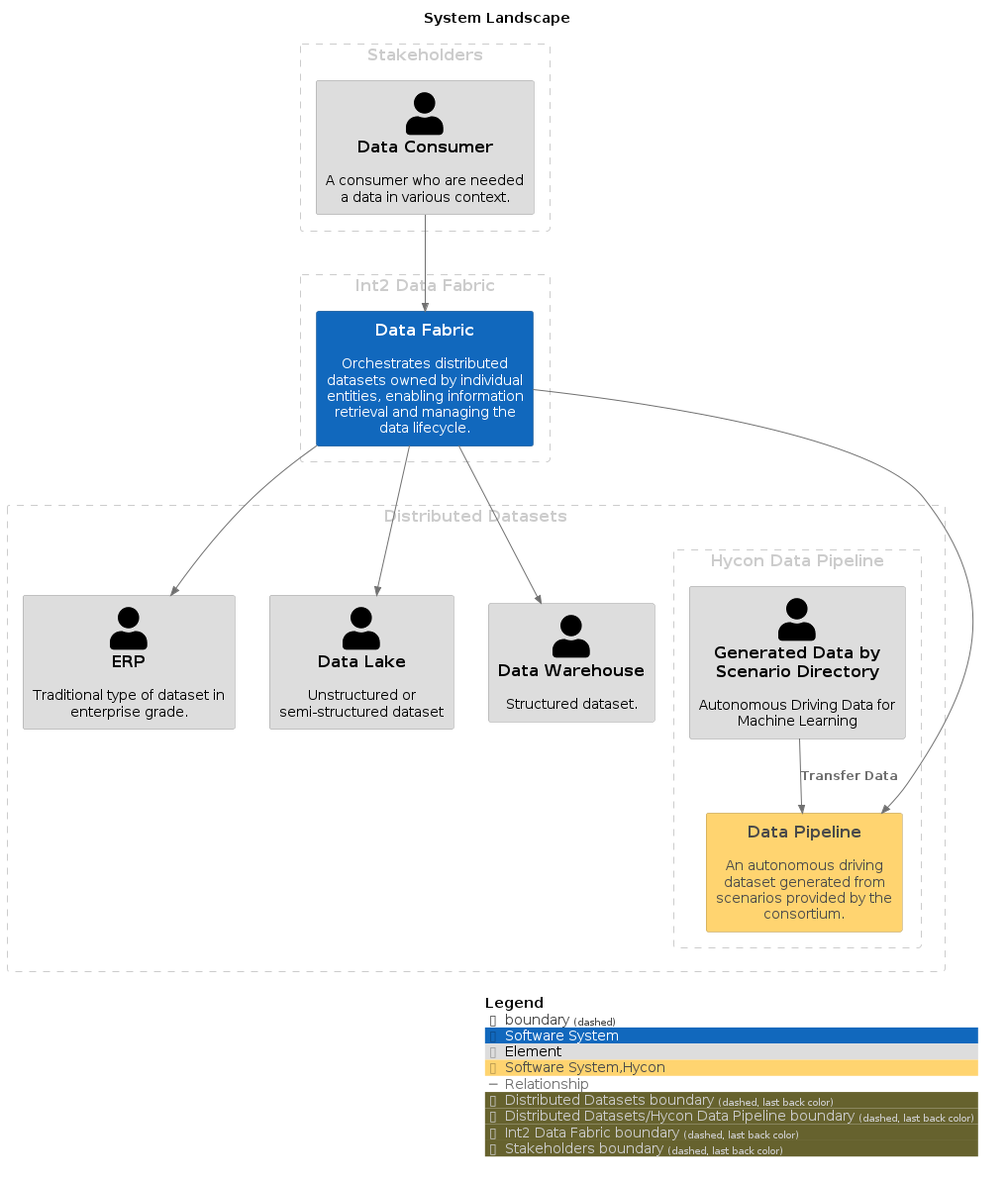
Earlier version of the PlantUML export master/png/SystemLandscape.png (IntellectusCorp/data-fabric-docs).
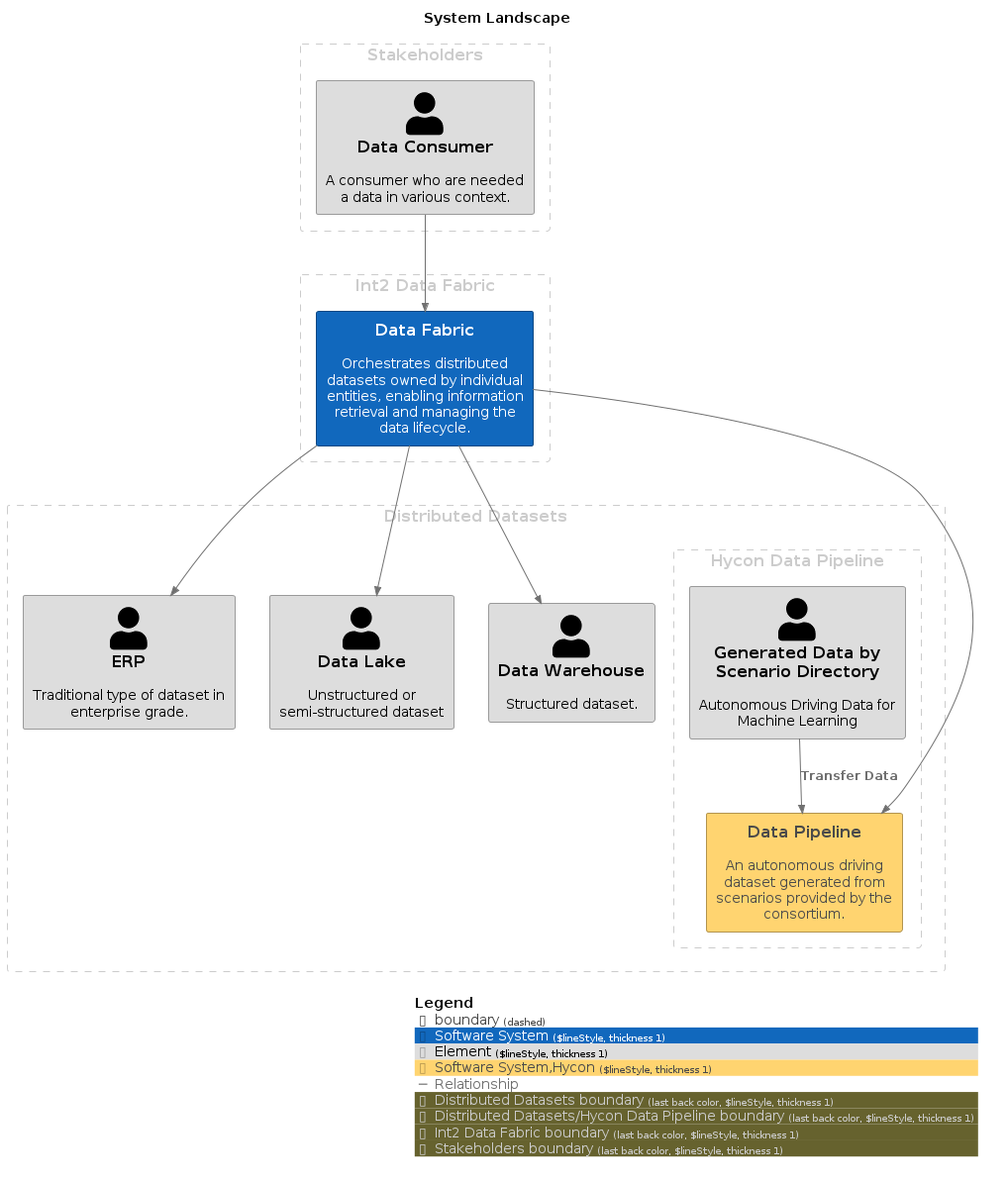
The same file after the commit.

Change to the diagram source:
```diff
@@ -7,18 +7,18 @@
 !include <C4/C4>
 !include <C4/C4_Context>
 
-AddElementTag("Software System", $bgColor="#1168bd", $borderColor="#0b4884", $fontColor="#ffffff", $sprite="", $shadowing="")
-AddElementTag("Element", $bgColor="#dddddd", $borderColor="#9a9a9a", $fontColor="#000000", $sprite="", $shadowing="")
-AddElementTag("Software System,Hycon", $bgColor="#ffd470", $borderColor="#b2944e", $fontColor="#4a4a4a", $sprite="", $shadowing="")
+AddElementTag("Software System", $bgColor="#1168bd", $borderColor="#0b4884", $fontColor="#ffffff", $sprite="", $shadowing="", $borderStyle="Solid", $borderThickness="1")
+AddElementTag("Element", $bgColor="#dddddd", $borderColor="#9a9a9a", $fontColor="#000000", $sprite="", $shadowing="", $borderStyle="Solid", $borderThickness="1")
+AddElementTag("Software System,Hycon", $bgColor="#ffd470", $borderColor="#b2944e", $fontColor="#4a4a4a", $sprite="", $shadowing="", $borderStyle="Solid", $borderThickness="1")
 
 AddRelTag("Relationship", $textColor="#707070", $lineColor="#707070", $lineStyle = "")
 
-AddBoundaryTag("Distributed Datasets", $borderColor="#cccccc", $fontColor="#cccccc")
+AddBoundaryTag("Distributed Datasets", $borderColor="#cccccc", $fontColor="#cccccc", $borderStyle="Dashed", $borderThickness="1")
 Boundary(group_1, "Distributed Datasets", $tags="Distributed Datasets") {
   Person(ERP, "ERP", $descr="Traditional type of dataset in enterprise grade.", $tags="Element", $link="")
   Person(DataLake, "Data Lake", $descr="Unstructured or semi-structured dataset", $tags="Element", $link="")
   Person(DataWarehouse, "Data Warehouse", $descr="Structured dataset.", $tags="Element", $link="")
-    AddBoundaryTag("Distributed Datasets/Hycon Data Pipeline", $borderColor="#cccccc", $fontColor="#cccccc")
+    AddBoundaryTag("Distributed Datasets/Hycon Data Pipeline", $borderColor="#cccccc", $fontColor="#cccccc", $borderStyle="Dashed", $borderThickness="1")
     Boundary(group_2, "Hycon Data Pipeline", $tags="Distributed Datasets/Hycon Data Pipeline") {
       Person(GeneratedDatabyScenarioDirectory, "Generated Data by Scenario Directory", $descr="Autonomous Driving Data for Machine Learning", $tags="Element", $link="")
       System(DataPipeline, "Data Pipeline", $descr="An autonomous driving dataset generated from scenarios provided by the consortium.", $tags="Software System,Hycon", $link="")
@@ -26,23 +26,23 @@
 
 }
 
-AddBoundaryTag("Int2 Data Fabric", $borderColor="#cccccc", $fontColor="#cccccc")
+AddBoundaryTag("Int2 Data Fabric", $borderColor="#cccccc", $fontColor="#cccccc", $borderStyle="Dashed", $borderThickness="1")
 Boundary(group_3, "Int2 Data Fabric", $tags="Int2 Data Fabric") {
   System(DataFabric, "Data Fabric", $descr="Orchestrates distributed datasets owned by individual entities, enabling information retrieval and managing the data lifecycle.", $tags="Software System", $link="")
 }
 
-AddBoundaryTag("Stakeholders", $borderColor="#cccccc", $fontColor="#cccccc")
+AddBoundaryTag("Stakeholders", $borderColor="#cccccc", $fontColor="#cccccc", $borderStyle="Dashed", $borderThickness="1")
 Boundary(group_4, "Stakeholders", $tags="Stakeholders") {
   Person(DataConsumer, "Data Consumer", $descr="A consumer who are needed a data in various context.", $tags="Element", $link="")
 }
 
 
-Rel_D(GeneratedDatabyScenarioDirectory, DataPipeline, "Transfer Data", $techn="", $tags="Relationship", $link="")
-Rel_D(DataFabric, DataPipeline, "", $techn="", $tags="Relationship", $link="")
-Rel_D(DataConsumer, DataFabric, "", $techn="", $tags="Relationship", $link="")
-Rel_D(DataFabric, ERP, "", $techn="", $tags="Relationship", $link="")
-Rel_D(DataFabric, DataLake, "", $techn="", $tags="Relationship", $link="")
-Rel_D(DataFabric, DataWarehouse, "", $techn="", $tags="Relationship", $link="")
+Rel(GeneratedDatabyScenarioDirectory, DataPipeline, "Transfer Data", $techn="", $tags="Relationship", $link="")
+Rel(DataFabric, DataPipeline, "", $techn="", $tags="Relationship", $link="")
+Rel(DataConsumer, DataFabric, "", $techn="", $tags="Relationship", $link="")
+Rel(DataFabric, ERP, "", $techn="", $tags="Relationship", $link="")
+Rel(DataFabric, DataLake, "", $techn="", $tags="Relationship", $link="")
+Rel(DataFabric, DataWarehouse, "", $techn="", $tags="Relationship", $link="")
 
 SHOW_LEGEND(true)
 @enduml
```
